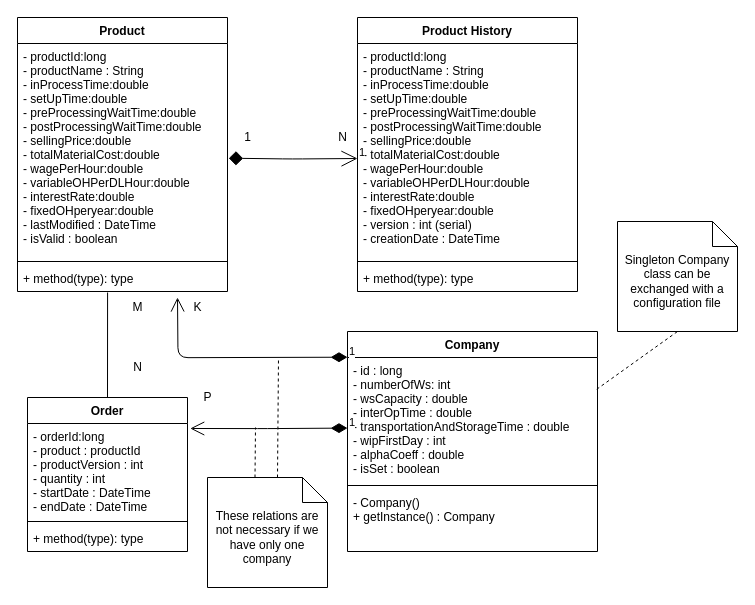
Above: domain model/production_planner.drawio in MilenaTrajanoska/production_planner (draw.io), before the change. Source tidied: cells renumbered, new cells numbered last; positions are measured from the earlier drawing's top-left corner, leaving out a move shared by most shapes. Both pictures are drawn from the tidied source at 100%, with x=0, y=0 at pixel (17, 17).
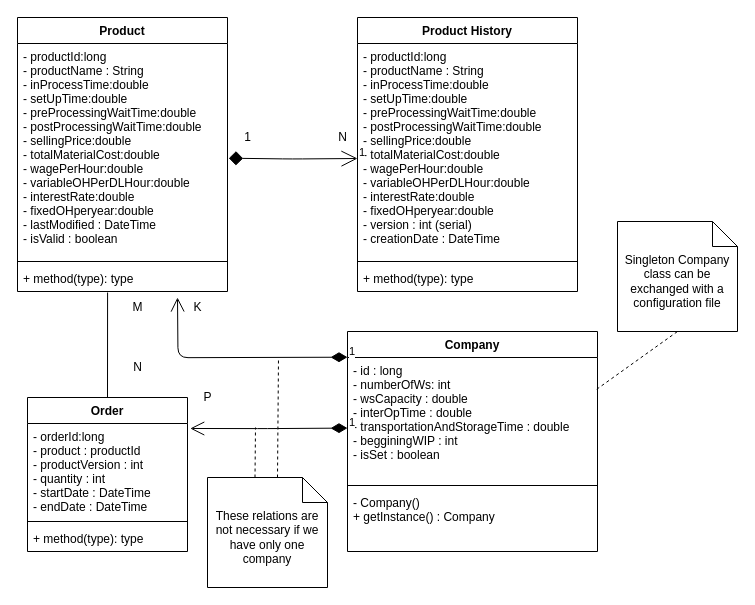
The same diagram, later.

Commit message (it also covers changes not shown here):
changed variables in company

Unchanged cells that the change refers to:
```xml
<mxCell id="18" value="Company" style="swimlane;fontStyle=1;align=center;verticalAlign=top;horizontal=1;startSize=26;" parent="1" vertex="1">
  <mxGeometry x="330" y="314" width="250" height="220" as="geometry" />
</mxCell>
```

What changed in the source:
```diff
@@
-    <mxCell id="19" value="- id : long&#10;- numberOfWs: int&#10;- wsCapacity : double&#10;- interOpTime : double&#10;- transportationAndStorageTime : double&#10;- wipFirstDay : int&#10;- alphaCoeff : double&#10;- isSet : boolean" style="text;strokeColor=none;fillColor=none;align=left;verticalAlign=top;spacingLeft=4;spacingRight=4;overflow=hidden;points=[[0,0.5],[1,0.5]];portConstraint=eastwest;" parent="18" vertex="1">
+    <mxCell id="19" value="- id : long&#10;- numberOfWs: int&#10;- wsCapacity : double&#10;- interOpTime : double&#10;- transportationAndStorageTime : double&#10;- begginingWIP : int&#10;- isSet : boolean" style="text;strokeColor=none;fillColor=none;align=left;verticalAlign=top;spacingLeft=4;spacingRight=4;overflow=hidden;points=[[0,0.5],[1,0.5]];portConstraint=eastwest;" parent="18" vertex="1">
       <mxGeometry y="26" width="250" height="124" as="geometry" />
     </mxCell>
```
